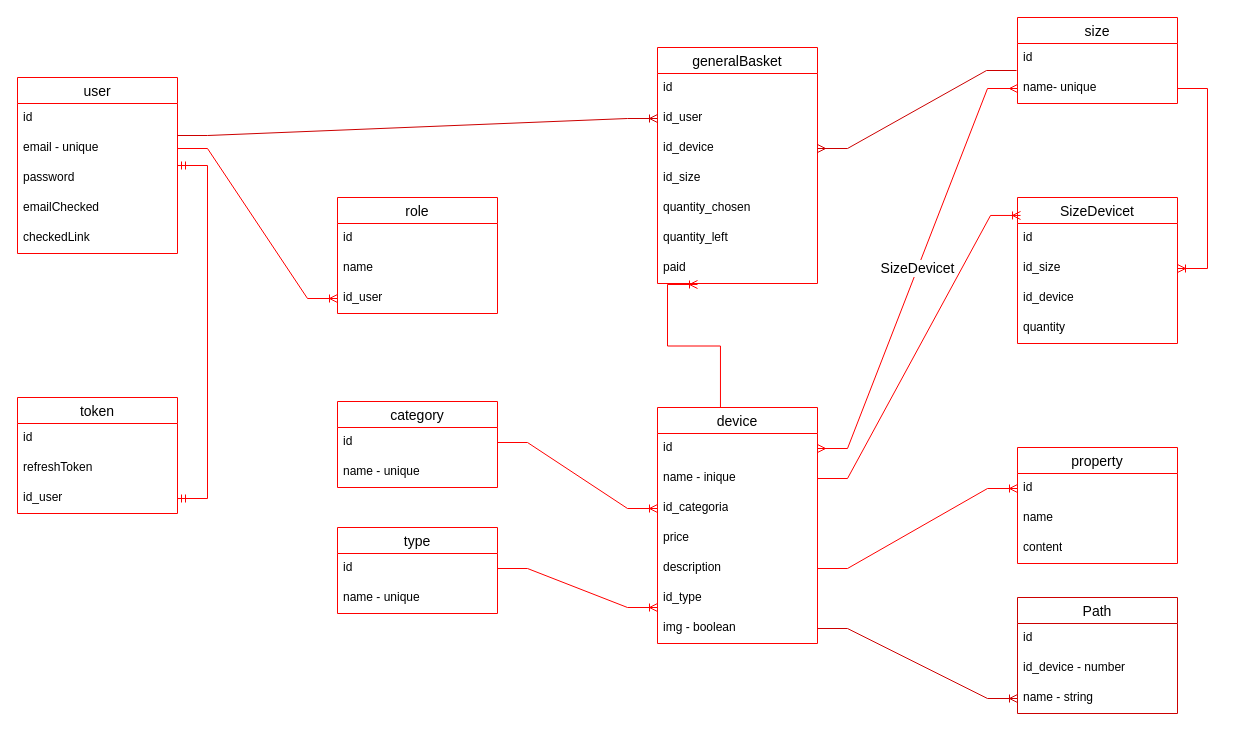
OlegGrn/draw_io keeps this draw.io diagram as shose.drawio. Above is the earlier version. Source tidied: cells renumbered, new cells numbered last; positions are measured from the earlier drawing's top-left corner, leaving out a move shared by most shapes. Both pictures are drawn from the tidied source at 100%, with x=0, y=0 at pixel (-3, 17).
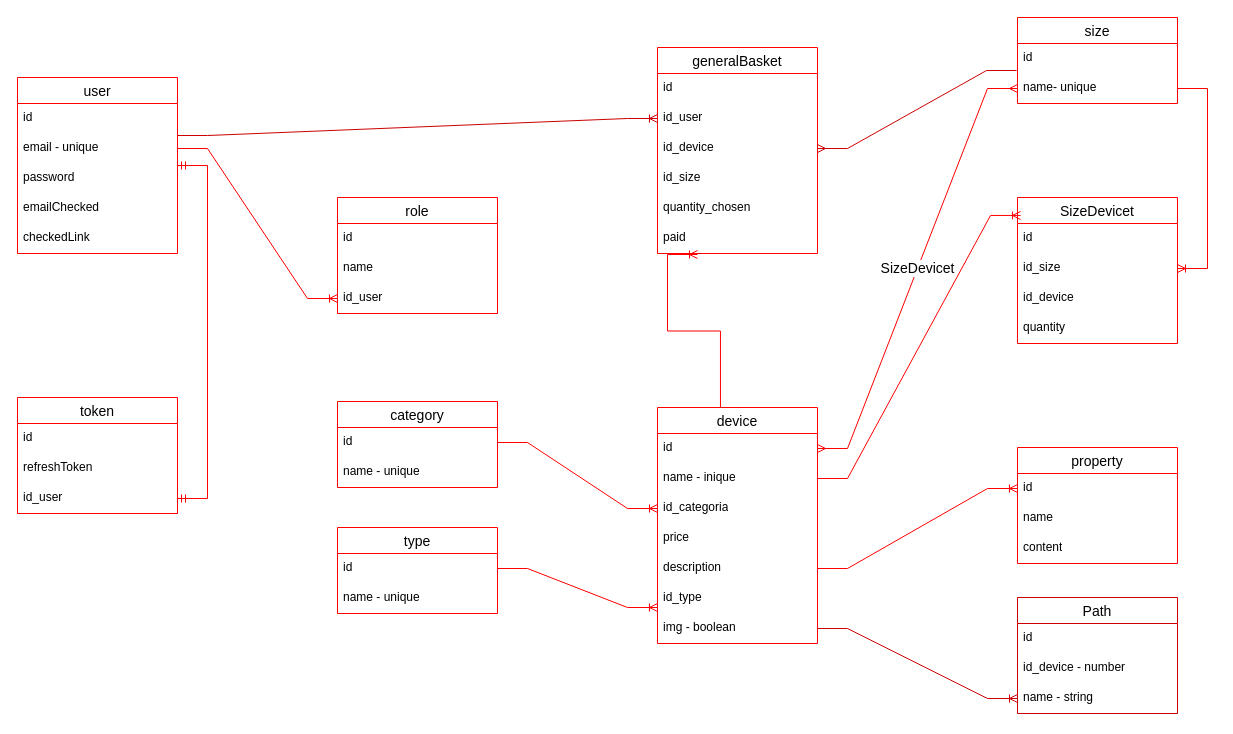
The same page after the edit.

The edit, as a diff of the source:
```diff
@@
     <mxCell id="34" value="generalBasket" style="swimlane;fontStyle=0;horizontal=1;startSize=26;align=center;fontSize=14;strokeColor=#FF0000;" parent="1" vertex="1">
-      <mxGeometry x="660" y="30" width="160" height="236" as="geometry" />
+      <mxGeometry x="660" y="30" width="160" height="206" as="geometry" />
     </mxCell>
@@
-    <mxCell id="40" value="quantity_left" style="text;strokeColor=none;fillColor=none;spacingLeft=4;spacingRight=4;overflow=hidden;fontSize=12;whiteSpace=wrap;html=1;fontColor=#000000;" parent="34" vertex="1">
-      <mxGeometry y="176" width="160" height="30" as="geometry" />
-    </mxCell>
     <mxCell id="41" value="paid" style="text;strokeColor=none;fillColor=none;spacingLeft=4;spacingRight=4;overflow=hidden;points=[[0,0.5],[1,0.5]];portConstraint=eastwest;fontSize=12;whiteSpace=wrap;html=1;fontColor=#000000;" parent="34" vertex="1">
-      <mxGeometry y="206" width="160" height="30" as="geometry" />
+      <mxGeometry y="176" width="160" height="30" as="geometry" />
     </mxCell>
```
